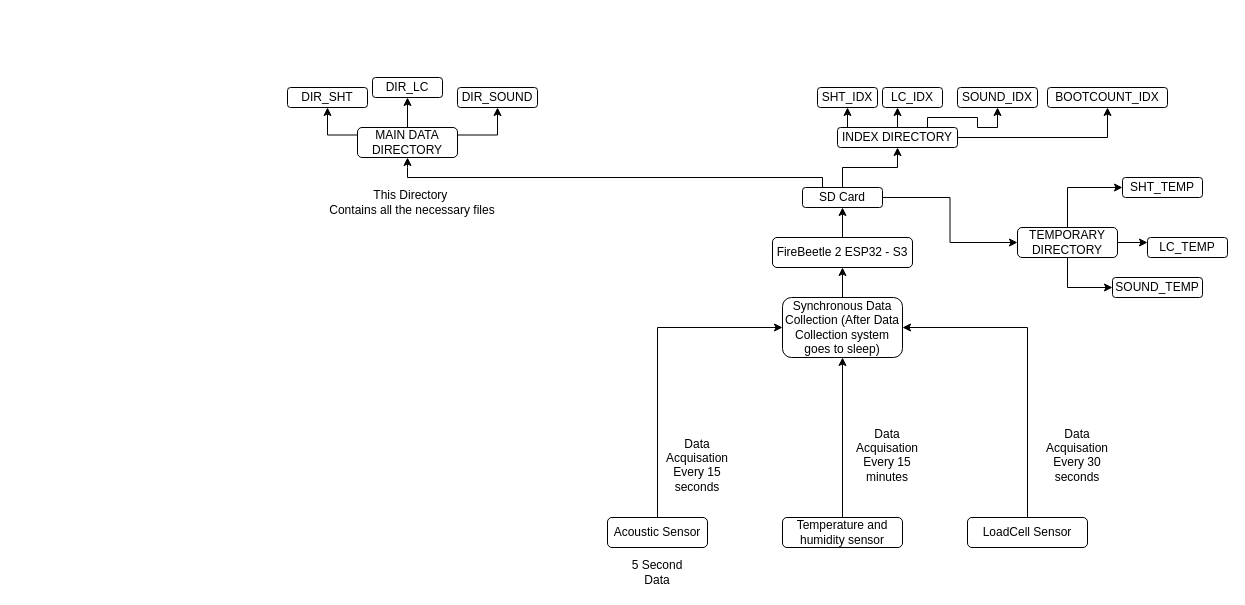
Above: honeybees.drawio in theparadox00-ai/HoneyBee_Project (draw.io), before the change. Source tidied: cells renumbered, new cells numbered last; positions are measured from the earlier drawing's top-left corner, leaving out a move shared by most shapes. Both pictures are drawn from the tidied source at 100%, with x=0, y=0 at pixel (287, 77).
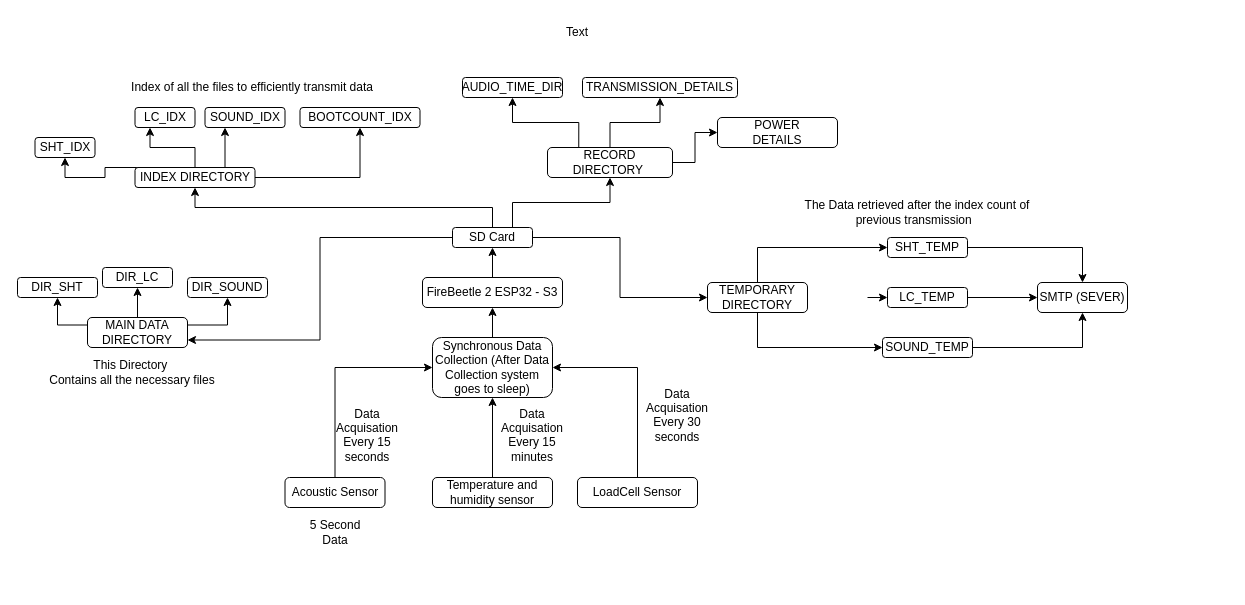
Above is the later version.

Change to the diagram source:
```diff
@@
     <mxCell id="3" value="FireBeetle 2 ESP32 - S3" style="rounded=1;whiteSpace=wrap;html=1;" parent="1" vertex="1">
-      <mxGeometry x="485" y="160" width="140" height="30" as="geometry" />
+      <mxGeometry x="135" y="200" width="140" height="30" as="geometry" />
     </mxCell>
@@
     <mxCell id="5" value="Acoustic Sensor" style="rounded=1;whiteSpace=wrap;html=1;" parent="1" vertex="1">
-      <mxGeometry x="320" y="440" width="100" height="30" as="geometry" />
+      <mxGeometry x="-2.5" y="400" width="100" height="30" as="geometry" />
     </mxCell>
@@
     <mxCell id="7" value="Temperature and humidity sensor" style="rounded=1;whiteSpace=wrap;html=1;" parent="1" vertex="1">
-      <mxGeometry x="495" y="440" width="120" height="30" as="geometry" />
+      <mxGeometry x="145" y="400" width="120" height="30" as="geometry" />
     </mxCell>
@@
     <mxCell id="9" value="LoadCell Sensor" style="rounded=1;whiteSpace=wrap;html=1;" parent="1" vertex="1">
-      <mxGeometry x="680" y="440" width="120" height="30" as="geometry" />
+      <mxGeometry x="290" y="400" width="120" height="30" as="geometry" />
     </mxCell>
     <mxCell id="10" value="Data Acquisation Every 15 minutes&lt;div&gt;&lt;br&gt;&lt;/div&gt;" style="text;html=1;whiteSpace=wrap;strokeColor=none;fillColor=none;align=center;verticalAlign=middle;rounded=0;" parent="1" vertex="1">
-      <mxGeometry x="570" y="370" width="60" height="30" as="geometry" />
+      <mxGeometry x="215" y="350" width="60" height="30" as="geometry" />
     </mxCell>
     <mxCell id="11" value="Data Acquisation Every 15 seconds&lt;div&gt;&lt;br&gt;&lt;/div&gt;" style="text;html=1;whiteSpace=wrap;strokeColor=none;fillColor=none;align=center;verticalAlign=middle;rounded=0;" parent="1" vertex="1">
-      <mxGeometry x="380" y="380" width="60" height="30" as="geometry" />
+      <mxGeometry x="50" y="350" width="60" height="30" as="geometry" />
     </mxCell>
     <mxCell id="12" value="Data Acquisation Every 30 seconds&lt;div&gt;&lt;br&gt;&lt;/div&gt;" style="text;html=1;whiteSpace=wrap;strokeColor=none;fillColor=none;align=center;verticalAlign=middle;rounded=0;" parent="1" vertex="1">
-      <mxGeometry x="760" y="370" width="60" height="30" as="geometry" />
+      <mxGeometry x="360" y="330" width="60" height="30" as="geometry" />
     </mxCell>
     <mxCell id="13" value="5 Second Data" style="text;html=1;whiteSpace=wrap;strokeColor=none;fillColor=none;align=center;verticalAlign=middle;rounded=0;" parent="1" vertex="1">
-      <mxGeometry x="340" y="480" width="60" height="30" as="geometry" />
+      <mxGeometry x="17.5" y="440" width="60" height="30" as="geometry" />
     </mxCell>
@@
+    <mxCell id="17" style="edgeStyle=orthogonalEdgeStyle;rounded=0;jettySize=auto;html=1;exitX=0.5;exitY=0;exitDx=0;exitDy=0;entryX=0.5;entryY=1;entryDx=0;entryDy=0;" parent="1" edge="1" source="18" target="32">
+      <mxGeometry relative="1" as="geometry" />
+    </mxCell>
-    <mxCell id="16" style="edgeStyle=orthogonalEdgeStyle;rounded=0;jettySize=auto;html=1;exitX=0.25;exitY=0;exitDx=0;exitDy=0;entryX=0.5;entryY=1;entryDx=0;entryDy=0;" parent="1" edge="1" source="18" target="22">
-      <mxGeometry relative="1" as="geometry">
-        <Array as="points">
-          <mxPoint x="535" y="100" />
-          <mxPoint x="120" y="100" />
-          <mxPoint x="120" y="90" />
-        </Array>
-      </mxGeometry>
+    <mxCell id="16" style="edgeStyle=orthogonalEdgeStyle;rounded=0;jettySize=auto;html=1;exitX=0;exitY=0.5;exitDx=0;exitDy=0;entryX=1;entryY=0.75;entryDx=0;entryDy=0;" parent="1" edge="1" source="18" target="22">
+      <mxGeometry relative="1" as="geometry" />
     </mxCell>
-    <mxCell id="17" style="edgeStyle=orthogonalEdgeStyle;rounded=0;jettySize=auto;html=1;exitX=0.5;exitY=0;exitDx=0;exitDy=0;entryX=0.5;entryY=1;entryDx=0;entryDy=0;" parent="1" edge="1" source="18" target="32">
-      <mxGeometry relative="1" as="geometry" />
-    </mxCell>
+    <mxCell id="45" style="edgeStyle=orthogonalEdgeStyle;rounded=0;jettySize=auto;html=1;exitX=0.75;exitY=0;exitDx=0;exitDy=0;entryX=0.5;entryY=1;entryDx=0;entryDy=0;" parent="1" edge="1" source="18" target="58">
+      <mxGeometry relative="1" as="geometry" />
+    </mxCell>
     <mxCell id="18" value="SD Card" style="rounded=1;whiteSpace=wrap;html=1;" parent="1" vertex="1">
-      <mxGeometry x="515" y="110" width="80" height="20" as="geometry" />
+      <mxGeometry x="165" y="150" width="80" height="20" as="geometry" />
     </mxCell>
@@
     <mxCell id="22" value="MAIN DATA DIRECTORY" style="rounded=1;whiteSpace=wrap;html=1;" parent="1" vertex="1">
-      <mxGeometry x="70" y="50" width="100" height="30" as="geometry" />
+      <mxGeometry x="-200" y="240" width="100" height="30" as="geometry" />
     </mxCell>
@@
     <mxCell id="24" value="Synchronous Data Collection (After Data Collection system goes to sleep)" style="rounded=1;whiteSpace=wrap;html=1;" parent="1" vertex="1">
-      <mxGeometry x="495" y="220" width="120" height="60" as="geometry" />
+      <mxGeometry x="145" y="260" width="120" height="60" as="geometry" />
     </mxCell>
     <mxCell id="25" value="DIR_SHT" style="rounded=1;whiteSpace=wrap;html=1;" parent="1" vertex="1">
-      <mxGeometry y="10" width="80" height="20" as="geometry" />
+      <mxGeometry x="-270" y="200" width="80" height="20" as="geometry" />
     </mxCell>
     <mxCell id="26" value="DIR_LC" style="rounded=1;whiteSpace=wrap;html=1;" parent="1" vertex="1">
-      <mxGeometry x="85" width="70" height="20" as="geometry" />
+      <mxGeometry x="-185" y="190" width="70" height="20" as="geometry" />
     </mxCell>
     <mxCell id="27" value="DIR_SOUND" style="rounded=1;whiteSpace=wrap;html=1;" parent="1" vertex="1">
-      <mxGeometry x="170" y="10" width="80" height="20" as="geometry" />
+      <mxGeometry x="-100" y="200" width="80" height="20" as="geometry" />
     </mxCell>
-    <mxCell id="28" style="edgeStyle=orthogonalEdgeStyle;rounded=0;jettySize=auto;html=1;exitX=0.25;exitY=0;exitDx=0;exitDy=0;" parent="1" edge="1" source="32">
+    <mxCell id="28" style="edgeStyle=orthogonalEdgeStyle;rounded=0;jettySize=auto;html=1;exitX=0.25;exitY=0;exitDx=0;exitDy=0;entryX=0.5;entryY=1;entryDx=0;entryDy=0;" parent="1" edge="1" source="32" target="33">
       <mxGeometry relative="1" as="geometry">
-        <mxPoint x="560" y="30" as="targetPoint" />
+        <Array as="points">
+          <mxPoint x="-132.5" y="90" />
+          <mxPoint x="-182.5" y="90" />
+          <mxPoint x="-182.5" y="100" />
+          <mxPoint x="-222.5" y="100" />
+        </Array>
       </mxGeometry>
     </mxCell>
@@
+    <mxCell id="31" style="edgeStyle=orthogonalEdgeStyle;rounded=0;jettySize=auto;html=1;exitX=1;exitY=0.5;exitDx=0;exitDy=0;entryX=0.5;entryY=1;entryDx=0;entryDy=0;" parent="1" edge="1" source="32" target="40">
+      <mxGeometry relative="1" as="geometry" />
+    </mxCell>
-    <mxCell id="30" style="edgeStyle=orthogonalEdgeStyle;rounded=0;jettySize=auto;html=1;exitX=0.75;exitY=0;exitDx=0;exitDy=0;entryX=0.5;entryY=1;entryDx=0;entryDy=0;" parent="1" edge="1" source="32" target="35">
-      <mxGeometry relative="1" as="geometry">
-        <Array as="points">
-          <mxPoint x="640" y="40" />
-          <mxPoint x="690" y="40" />
-          <mxPoint x="690" y="50" />
-          <mxPoint x="710" y="50" />
-        </Array>
-      </mxGeometry>
+    <mxCell id="30" style="edgeStyle=orthogonalEdgeStyle;rounded=0;jettySize=auto;html=1;exitX=0.75;exitY=0;exitDx=0;exitDy=0;entryX=0.25;entryY=1;entryDx=0;entryDy=0;" parent="1" edge="1" source="32" target="35">
+      <mxGeometry relative="1" as="geometry" />
     </mxCell>
-    <mxCell id="31" style="edgeStyle=orthogonalEdgeStyle;rounded=0;jettySize=auto;html=1;exitX=1;exitY=0.5;exitDx=0;exitDy=0;entryX=0.5;entryY=1;entryDx=0;entryDy=0;" parent="1" edge="1" source="32" target="40">
-      <mxGeometry relative="1" as="geometry" />
-    </mxCell>
     <mxCell id="32" value="INDEX DIRECTORY" style="rounded=1;whiteSpace=wrap;html=1;" parent="1" vertex="1">
-      <mxGeometry x="550" y="50" width="120" height="20" as="geometry" />
+      <mxGeometry x="-152.5" y="90" width="120" height="20" as="geometry" />
     </mxCell>
     <mxCell id="33" value="SHT_IDX" style="rounded=1;whiteSpace=wrap;html=1;" parent="1" vertex="1">
-      <mxGeometry x="530" y="10" width="60" height="20" as="geometry" />
+      <mxGeometry x="-252.5" y="60" width="60" height="20" as="geometry" />
     </mxCell>
     <mxCell id="34" value="LC_IDX" style="rounded=1;whiteSpace=wrap;html=1;" parent="1" vertex="1">
-      <mxGeometry x="595" y="10" width="60" height="20" as="geometry" />
+      <mxGeometry x="-152.5" y="30" width="60" height="20" as="geometry" />
     </mxCell>
     <mxCell id="35" value="SOUND_IDX" style="rounded=1;whiteSpace=wrap;html=1;" parent="1" vertex="1">
-      <mxGeometry x="670" y="10" width="80" height="20" as="geometry" />
+      <mxGeometry x="-82.5" y="30" width="80" height="20" as="geometry" />
     </mxCell>
@@
-    <mxCell id="37" style="edgeStyle=orthogonalEdgeStyle;rounded=0;jettySize=auto;html=1;exitX=1;exitY=0.5;exitDx=0;exitDy=0;entryX=0;entryY=0.25;entryDx=0;entryDy=0;" parent="1" edge="1" source="39" target="42">
-      <mxGeometry relative="1" as="geometry" />
-    </mxCell>
@@
+    <mxCell id="46" style="edgeStyle=orthogonalEdgeStyle;rounded=0;jettySize=auto;html=1;exitX=1;exitY=0.5;exitDx=0;exitDy=0;entryX=0;entryY=0.5;entryDx=0;entryDy=0;" parent="1" edge="1" target="42">
+      <mxGeometry relative="1" as="geometry">
+        <mxPoint x="580" y="220" as="sourcePoint" />
+      </mxGeometry>
+    </mxCell>
     <mxCell id="39" value="TEMPORARY DIRECTORY" style="rounded=1;whiteSpace=wrap;html=1;" parent="1" vertex="1">
-      <mxGeometry x="730" y="150" width="100" height="30" as="geometry" />
+      <mxGeometry x="420" y="205" width="100" height="30" as="geometry" />
     </mxCell>
     <mxCell id="40" value="BOOTCOUNT_IDX" style="rounded=1;whiteSpace=wrap;html=1;" parent="1" vertex="1">
-      <mxGeometry x="760" y="10" width="120" height="20" as="geometry" />
+      <mxGeometry x="12.5" y="30" width="120" height="20" as="geometry" />
     </mxCell>
+    <mxCell id="47" style="edgeStyle=orthogonalEdgeStyle;rounded=0;jettySize=auto;html=1;exitX=1;exitY=0.5;exitDx=0;exitDy=0;entryX=0.5;entryY=0;entryDx=0;entryDy=0;" parent="1" edge="1" source="41" target="51">
+      <mxGeometry relative="1" as="geometry" />
+    </mxCell>
     <mxCell id="41" value="SHT_TEMP" style="rounded=1;whiteSpace=wrap;html=1;" parent="1" vertex="1">
-      <mxGeometry x="835" y="100" width="80" height="20" as="geometry" />
+      <mxGeometry x="600" y="160" width="80" height="20" as="geometry" />
     </mxCell>
+    <mxCell id="48" style="edgeStyle=orthogonalEdgeStyle;rounded=0;jettySize=auto;html=1;exitX=1;exitY=0.5;exitDx=0;exitDy=0;entryX=0;entryY=0.5;entryDx=0;entryDy=0;" parent="1" edge="1" source="42" target="51">
+      <mxGeometry relative="1" as="geometry" />
+    </mxCell>
     <mxCell id="42" value="LC_TEMP" style="rounded=1;whiteSpace=wrap;html=1;" parent="1" vertex="1">
-      <mxGeometry x="860" y="160" width="80" height="20" as="geometry" />
+      <mxGeometry x="600" y="210" width="80" height="20" as="geometry" />
     </mxCell>
+    <mxCell id="49" style="edgeStyle=orthogonalEdgeStyle;rounded=0;jettySize=auto;html=1;exitX=1;exitY=0.5;exitDx=0;exitDy=0;entryX=0.5;entryY=1;entryDx=0;entryDy=0;" parent="1" edge="1" source="43" target="51">
+      <mxGeometry relative="1" as="geometry" />
+    </mxCell>
     <mxCell id="43" value="SOUND_TEMP" style="rounded=1;whiteSpace=wrap;html=1;" parent="1" vertex="1">
-      <mxGeometry x="825" y="200" width="90" height="20" as="geometry" />
+      <mxGeometry x="595" y="260" width="90" height="20" as="geometry" />
     </mxCell>
     <mxCell id="44" value="This Directory&amp;nbsp;&lt;br&gt;Contains all the&amp;nbsp;necessary files" style="text;html=1;whiteSpace=wrap;strokeColor=none;fillColor=none;align=center;verticalAlign=middle;rounded=0;" parent="1" vertex="1">
-      <mxGeometry x="20" y="110" width="210" height="30" as="geometry" />
+      <mxGeometry x="-260" y="280" width="210" height="30" as="geometry" />
     </mxCell>
+    <mxCell id="50" style="edgeStyle=orthogonalEdgeStyle;rounded=0;orthogonalLoop=1;jettySize=auto;html=1;exitX=0.5;exitY=1;exitDx=0;exitDy=0;" parent="1" edge="1" source="35" target="35">
+      <mxGeometry relative="1" as="geometry" />
+    </mxCell>
+    <mxCell id="51" value="SMTP (SEVER)" style="rounded=1;whiteSpace=wrap;html=1;" parent="1" vertex="1">
+      <mxGeometry x="750" y="205" width="90" height="30" as="geometry" />
+    </mxCell>
+    <mxCell id="52" style="edgeStyle=orthogonalEdgeStyle;rounded=0;orthogonalLoop=1;jettySize=auto;html=1;exitX=0.5;exitY=1;exitDx=0;exitDy=0;" parent="1" edge="1" source="41" target="41">
+      <mxGeometry relative="1" as="geometry" />
+    </mxCell>
+    <mxCell id="53" value="The Data retrieved after the index count of previous transmission&amp;nbsp;&amp;nbsp;" style="text;html=1;whiteSpace=wrap;strokeColor=none;fillColor=none;align=center;verticalAlign=middle;rounded=0;" parent="1" vertex="1">
+      <mxGeometry x="510" y="120" width="240" height="30" as="geometry" />
+    </mxCell>
+    <mxCell id="54" value="Index of all the files to efficiently transmit data" style="text;html=1;whiteSpace=wrap;strokeColor=none;fillColor=none;align=center;verticalAlign=middle;rounded=0;" parent="1" vertex="1">
+      <mxGeometry x="-160" y="-5" width="250" height="30" as="geometry" />
+    </mxCell>
+    <mxCell id="55" style="edgeStyle=orthogonalEdgeStyle;rounded=0;jettySize=auto;html=1;exitX=0.25;exitY=0;exitDx=0;exitDy=0;entryX=0.5;entryY=1;entryDx=0;entryDy=0;" parent="1" edge="1" source="58" target="59">
+      <mxGeometry relative="1" as="geometry" />
+    </mxCell>
+    <mxCell id="56" style="edgeStyle=orthogonalEdgeStyle;rounded=0;jettySize=auto;html=1;exitX=0.5;exitY=0;exitDx=0;exitDy=0;entryX=0.5;entryY=1;entryDx=0;entryDy=0;" parent="1" edge="1" source="58" target="60">
+      <mxGeometry relative="1" as="geometry" />
+    </mxCell>
+    <mxCell id="57" style="edgeStyle=orthogonalEdgeStyle;rounded=0;jettySize=auto;html=1;exitX=1;exitY=0.5;exitDx=0;exitDy=0;" parent="1" edge="1" source="58" target="61">
+      <mxGeometry relative="1" as="geometry" />
+    </mxCell>
+    <mxCell id="58" value="RECORD DIRECTORY&amp;nbsp;" style="rounded=1;whiteSpace=wrap;html=1;" parent="1" vertex="1">
+      <mxGeometry x="260" y="70" width="125" height="30" as="geometry" />
+    </mxCell>
+    <mxCell id="59" value="AUDIO_TIME_DIR" style="rounded=1;whiteSpace=wrap;html=1;" parent="1" vertex="1">
+      <mxGeometry x="175" width="100" height="20" as="geometry" />
+    </mxCell>
+    <mxCell id="60" value="TRANSMISSION_DETAILS" style="rounded=1;whiteSpace=wrap;html=1;" parent="1" vertex="1">
+      <mxGeometry x="295" width="155" height="20" as="geometry" />
+    </mxCell>
+    <mxCell id="61" value="POWER&lt;br&gt;DETAILS" style="rounded=1;whiteSpace=wrap;html=1;" parent="1" vertex="1">
+      <mxGeometry x="430" y="40" width="120" height="30" as="geometry" />
+    </mxCell>
+    <mxCell id="62" value="Text" style="text;html=1;whiteSpace=wrap;strokeColor=none;fillColor=none;align=center;verticalAlign=middle;rounded=0;" parent="1" vertex="1">
+      <mxGeometry x="260" y="-60" width="60" height="30" as="geometry" />
+    </mxCell>
```
